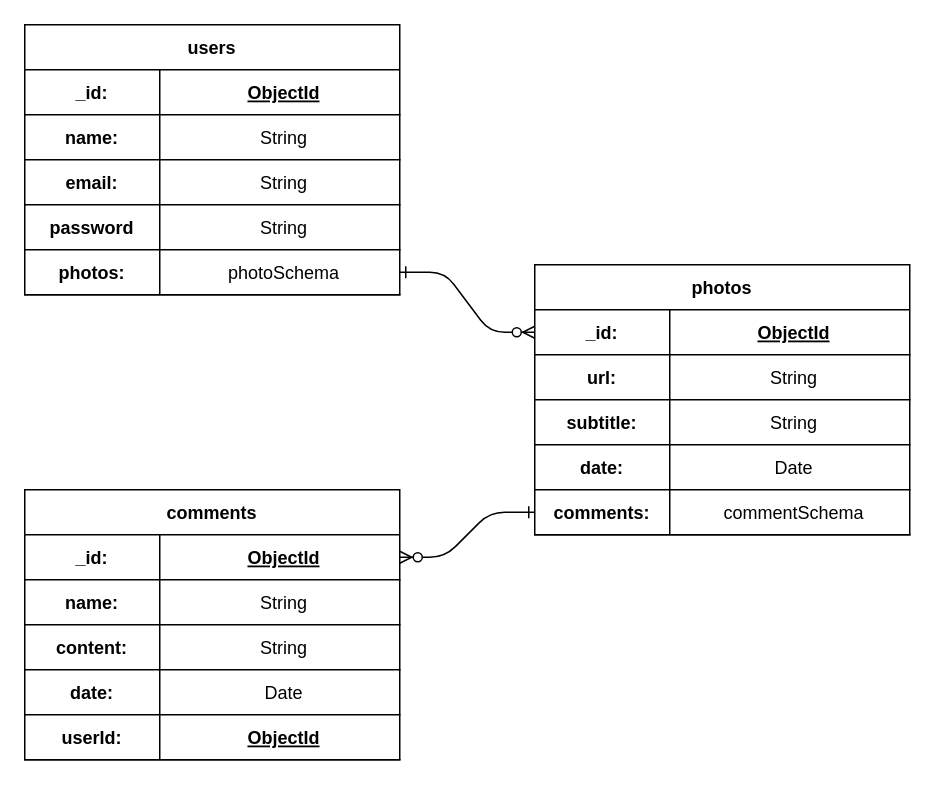
Before: Untitled Diagram.drawio in philjang/sf-upstream, a draw.io diagram. Source tidied: cells renumbered, new cells numbered last; positions are measured from the earlier drawing's top-left corner, leaving out a move shared by most shapes. Both pictures are drawn from the tidied source at 150%, with x=0, y=0 at pixel (24, 24).
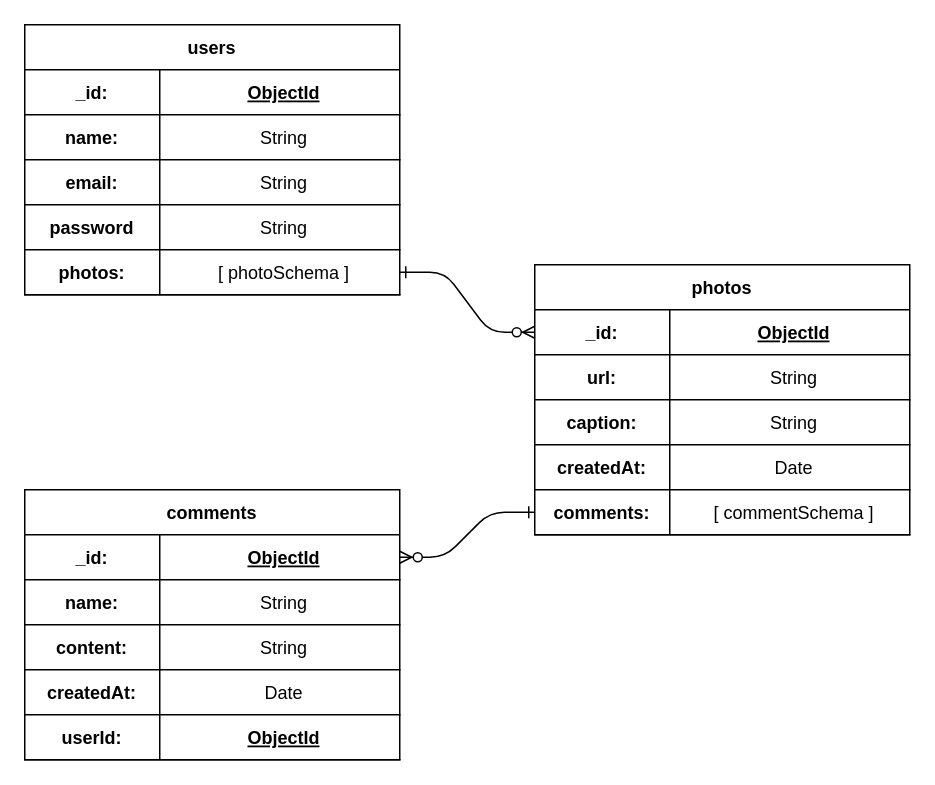
After the change.

Unchanged cells that the change refers to:
```xml
<mxCell id="16" style="shape=tableRow;horizontal=0;startSize=0;swimlaneHead=0;swimlaneBody=0;fillColor=none;points=[[0,0.5],[1,0.5]];portConstraint=eastwest;top=0;left=0;right=0;bottom=1;" parent="3" vertex="1">
  <mxGeometry y="150" width="250" height="30" as="geometry" />
</mxCell>
<mxCell id="26" style="shape=tableRow;horizontal=0;startSize=0;swimlaneHead=0;swimlaneBody=0;fillColor=none;top=0;left=0;right=0;bottom=1;" parent="19" vertex="1">
  <mxGeometry y="90" width="250" height="30" as="geometry" />
</mxCell>
<mxCell id="29" style="shape=tableRow;horizontal=0;startSize=0;swimlaneHead=0;swimlaneBody=0;fillColor=none;top=0;left=0;right=0;bottom=1;" parent="19" vertex="1">
  <mxGeometry y="120" width="250" height="30" as="geometry" />
</mxCell>
<mxCell id="32" style="shape=tableRow;horizontal=0;startSize=0;swimlaneHead=0;swimlaneBody=0;fillColor=none;points=[[0,0.5],[1,0.5]];portConstraint=eastwest;top=0;left=0;right=0;bottom=1;" parent="19" vertex="1">
  <mxGeometry y="150" width="250" height="30" as="geometry" />
</mxCell>
<mxCell id="45" style="shape=tableRow;horizontal=0;startSize=0;swimlaneHead=0;swimlaneBody=0;fillColor=none;top=0;left=0;right=0;bottom=1;" parent="35" vertex="1">
  <mxGeometry y="120" width="250" height="30" as="geometry" />
</mxCell>
```

The edit, as a diff of the source:
```diff
@@
-    <mxCell id="18" value="photoSchema" style="shape=partialRectangle;fillColor=none;top=0;left=0;bottom=0;right=0;align=center;spacingLeft=6;fontStyle=0;overflow=hidden;" parent="16" vertex="1">
+    <mxCell id="18" value="[ photoSchema ]" style="shape=partialRectangle;fillColor=none;top=0;left=0;bottom=0;right=0;align=center;spacingLeft=6;fontStyle=0;overflow=hidden;" parent="16" vertex="1">
       <mxGeometry x="90" width="160" height="30" as="geometry" />
     </mxCell>
@@
-    <mxCell id="27" value="subtitle:" style="shape=partialRectangle;fillColor=none;top=0;left=0;bottom=0;right=0;fontStyle=1;overflow=hidden;" parent="26" vertex="1">
+    <mxCell id="27" value="caption:" style="shape=partialRectangle;fillColor=none;top=0;left=0;bottom=0;right=0;fontStyle=1;overflow=hidden;" parent="26" vertex="1">
       <mxGeometry width="90" height="30" as="geometry" />
     </mxCell>
@@
-    <mxCell id="30" value="date:" style="shape=partialRectangle;fillColor=none;top=0;left=0;bottom=0;right=0;fontStyle=1;overflow=hidden;" parent="29" vertex="1">
+    <mxCell id="30" value="createdAt:" style="shape=partialRectangle;fillColor=none;top=0;left=0;bottom=0;right=0;fontStyle=1;overflow=hidden;" parent="29" vertex="1">
       <mxGeometry width="90" height="30" as="geometry" />
     </mxCell>
@@
-    <mxCell id="34" value="commentSchema" style="shape=partialRectangle;fillColor=none;top=0;left=0;bottom=0;right=0;align=center;spacingLeft=6;fontStyle=0;overflow=hidden;" parent="32" vertex="1">
+    <mxCell id="34" value="[ commentSchema ]" style="shape=partialRectangle;fillColor=none;top=0;left=0;bottom=0;right=0;align=center;spacingLeft=6;fontStyle=0;overflow=hidden;" parent="32" vertex="1">
       <mxGeometry x="90" width="160" height="30" as="geometry" />
     </mxCell>
@@
-    <mxCell id="46" value="date:" style="shape=partialRectangle;fillColor=none;top=0;left=0;bottom=0;right=0;fontStyle=1;overflow=hidden;" parent="45" vertex="1">
+    <mxCell id="46" value="createdAt:" style="shape=partialRectangle;fillColor=none;top=0;left=0;bottom=0;right=0;fontStyle=1;overflow=hidden;" parent="45" vertex="1">
       <mxGeometry width="90" height="30" as="geometry" />
     </mxCell>
```
